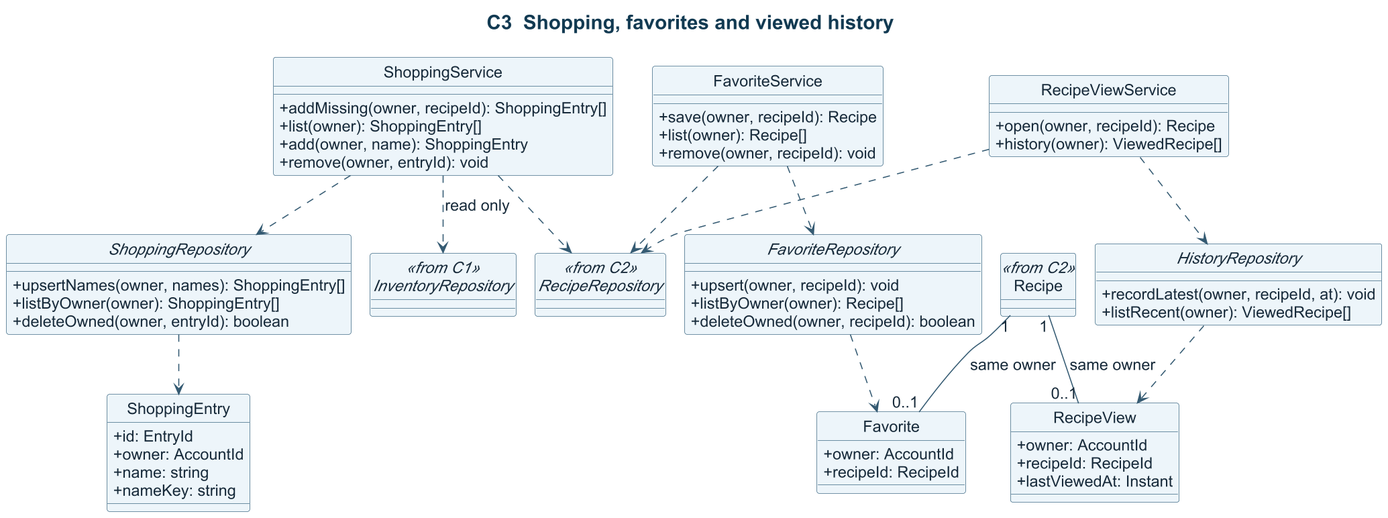
Above: docs/design/class/personal-collections.png in SarpCizer/CMPE331-Project (PlantUML), before the change.
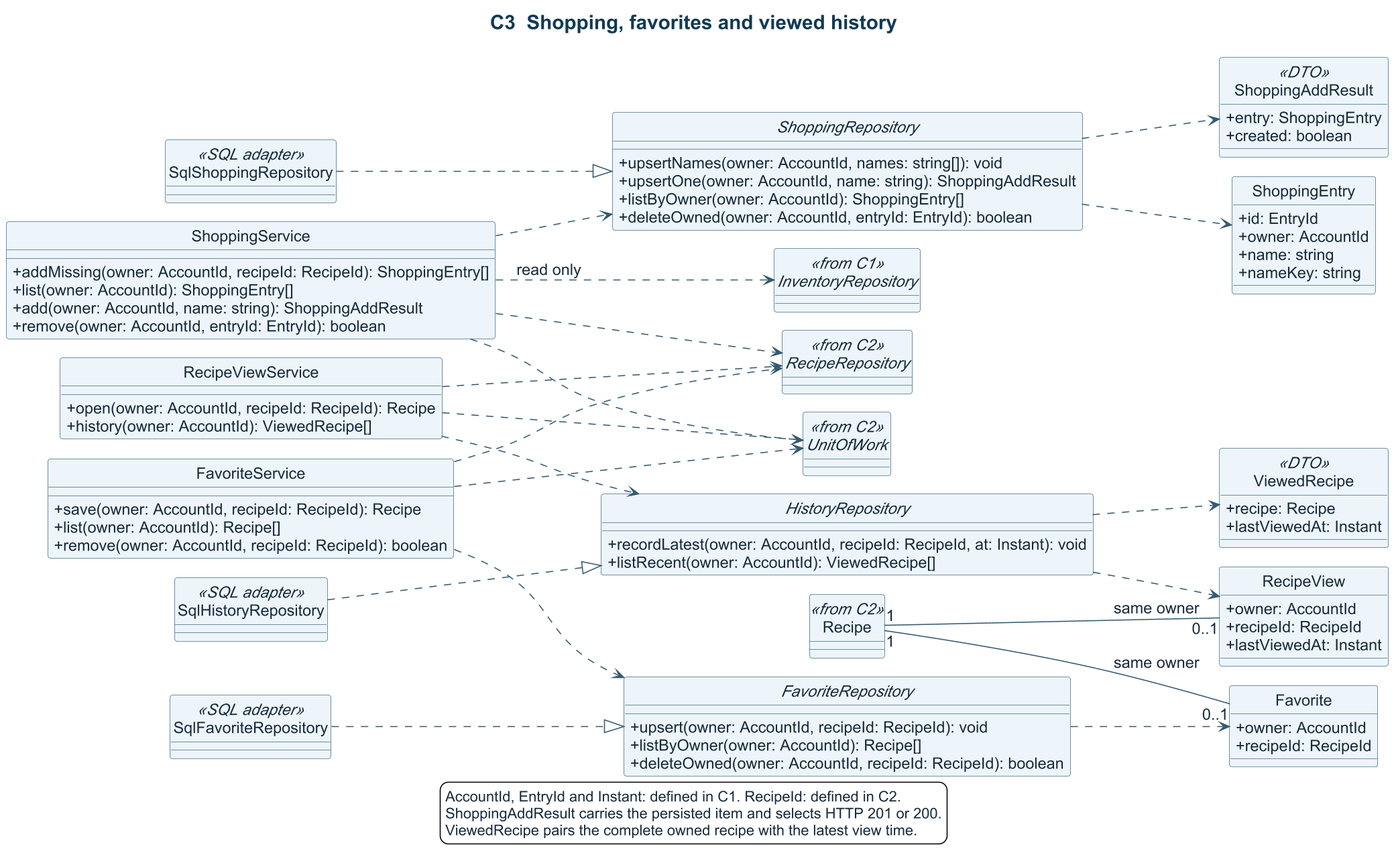
After the change.

Commit message:
docs: align class contracts and SQL adapters

What changed in the source:
```diff
@@ -19,42 +19,49 @@
 skinparam SequenceGroupBackgroundColor #EDF5FA
 skinparam SequenceGroupBorderColor #617C8D
 !pragma layout smetana
+left to right direction
 hide circle
 skinparam classAttributeIconSize 0
+skinparam nodesep 30
 class ShoppingService {
-  +addMissing(owner, recipeId): ShoppingEntry[]
-  +list(owner): ShoppingEntry[]
-  +add(owner, name): ShoppingEntry
-  +remove(owner, entryId): void
+  +addMissing(owner: AccountId, recipeId: RecipeId): ShoppingEntry[]
+  +list(owner: AccountId): ShoppingEntry[]
+  +add(owner: AccountId, name: string): ShoppingAddResult
+  +remove(owner: AccountId, entryId: EntryId): boolean
 }
 class FavoriteService {
-  +save(owner, recipeId): Recipe
-  +list(owner): Recipe[]
-  +remove(owner, recipeId): void
+  +save(owner: AccountId, recipeId: RecipeId): Recipe
+  +list(owner: AccountId): Recipe[]
+  +remove(owner: AccountId, recipeId: RecipeId): boolean
 }
 class RecipeViewService {
-  +open(owner, recipeId): Recipe
-  +history(owner): ViewedRecipe[]
+  +open(owner: AccountId, recipeId: RecipeId): Recipe
+  +history(owner: AccountId): ViewedRecipe[]
 }
 interface ShoppingRepository {
-  +upsertNames(owner, names): ShoppingEntry[]
-  +listByOwner(owner): ShoppingEntry[]
-  +deleteOwned(owner, entryId): boolean
+  +upsertNames(owner: AccountId, names: string[]): void
+  +upsertOne(owner: AccountId, name: string): ShoppingAddResult
+  +listByOwner(owner: AccountId): ShoppingEntry[]
+  +deleteOwned(owner: AccountId, entryId: EntryId): boolean
 }
 interface FavoriteRepository {
-  +upsert(owner, recipeId): void
-  +listByOwner(owner): Recipe[]
-  +deleteOwned(owner, recipeId): boolean
+  +upsert(owner: AccountId, recipeId: RecipeId): void
+  +listByOwner(owner: AccountId): Recipe[]
+  +deleteOwned(owner: AccountId, recipeId: RecipeId): boolean
 }
 interface HistoryRepository {
-  +recordLatest(owner, recipeId, at): void
-  +listRecent(owner): ViewedRecipe[]
+  +recordLatest(owner: AccountId, recipeId: RecipeId, at: Instant): void
+  +listRecent(owner: AccountId): ViewedRecipe[]
 }
 class ShoppingEntry {
   +id: EntryId
   +owner: AccountId
   +name: string
   +nameKey: string
+}
+class ShoppingAddResult <<DTO>> {
+  +entry: ShoppingEntry
+  +created: boolean
 }
 class Favorite {
   +owner: AccountId
@@ -65,19 +72,41 @@
   +recipeId: RecipeId
   +lastViewedAt: Instant
 }
+class ViewedRecipe <<DTO>> {
+  +recipe: Recipe
+  +lastViewedAt: Instant
+}
 class Recipe <<from C2>>
 interface RecipeRepository <<from C2>>
 interface InventoryRepository <<from C1>>
+interface UnitOfWork <<from C2>>
+class SqlShoppingRepository <<SQL adapter>>
+class SqlFavoriteRepository <<SQL adapter>>
+class SqlHistoryRepository <<SQL adapter>>
+SqlShoppingRepository ..|> ShoppingRepository
+SqlFavoriteRepository ..|> FavoriteRepository
+SqlHistoryRepository ..|> HistoryRepository
 ShoppingService ..> ShoppingRepository
 ShoppingService ..> RecipeRepository
 ShoppingService ..> InventoryRepository : read only
+ShoppingService ..> UnitOfWork
 FavoriteService ..> FavoriteRepository
 FavoriteService ..> RecipeRepository
+FavoriteService ..> UnitOfWork
 RecipeViewService ..> HistoryRepository
 RecipeViewService ..> RecipeRepository
+RecipeViewService ..> UnitOfWork
 ShoppingRepository ..> ShoppingEntry
+ShoppingRepository ..> ShoppingAddResult
 FavoriteRepository ..> Favorite
 HistoryRepository ..> RecipeView
+HistoryRepository ..> ViewedRecipe
 Recipe "1" -- "0..1" Favorite : same owner
 Recipe "1" -- "0..1" RecipeView : same owner
+
+legend bottom
+  AccountId, EntryId and Instant: defined in C1. RecipeId: defined in C2.
+  ShoppingAddResult carries the persisted item and selects HTTP 201 or 200.
+  ViewedRecipe pairs the complete owned recipe with the latest view time.
+endlegend
 @enduml
```
